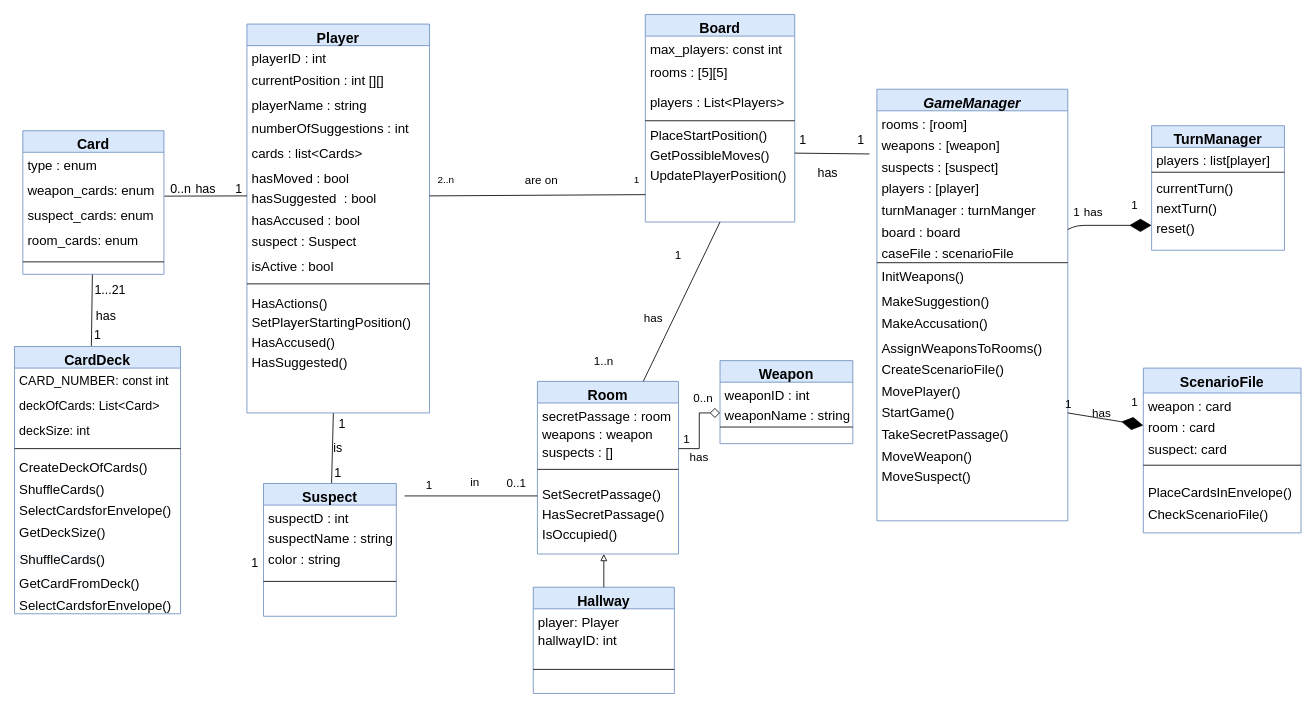
Acelhaka/Clueless-game keeps this draw.io diagram as uml-diagram.drawio. Above is the earlier version. Source tidied: cells renumbered, new cells numbered last; positions are measured from the earlier drawing's top-left corner, leaving out a move shared by most shapes. Both pictures are drawn from the tidied source at 83%, with x=0, y=0 at pixel (14, 14).
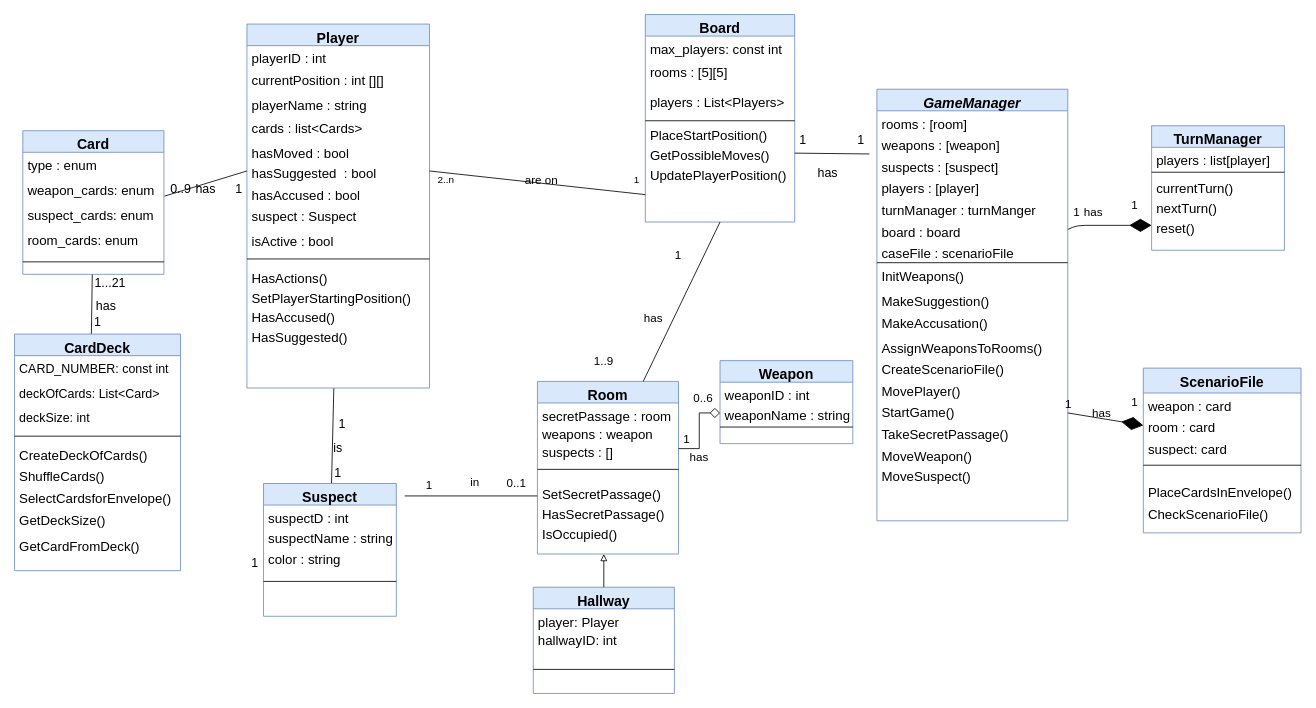
Above is the later version.

The edit, as a diff of the source:
```diff
@@
     <mxCell id="30" value="Player" style="swimlane;fontStyle=1;align=center;verticalAlign=top;horizontal=1;startSize=26;rounded=0;shadow=0;strokeWidth=1;swimlaneFillColor=none;fillColor=#dae8fc;strokeColor=#6c8ebf;fontSize=17;" parent="1" vertex="1">
-      <mxGeometry x="280" y="11.5" width="220" height="468.5" as="geometry" />
+      <mxGeometry x="280" y="11.5" width="220" height="438.5" as="geometry" />
     </mxCell>
@@
-    <mxCell id="34" value="numberOfSuggestions : int" style="text;align=left;verticalAlign=top;spacingLeft=4;spacingRight=4;overflow=hidden;rounded=0;shadow=0;html=0;fontSize=16;" parent="30" vertex="1">
-      <mxGeometry y="110" width="220" height="30" as="geometry" />
-    </mxCell>
     <mxCell id="35" value="cards : list&lt;Cards&gt;&#10;" style="text;align=left;verticalAlign=top;spacingLeft=4;spacingRight=4;overflow=hidden;rounded=0;shadow=0;html=0;fontSize=16;" parent="30" vertex="1">
-      <mxGeometry y="140" width="220" height="30" as="geometry" />
+      <mxGeometry y="110" width="220" height="30" as="geometry" />
     </mxCell>
     <mxCell id="36" value="hasMoved : bool" style="text;align=left;verticalAlign=top;spacingLeft=4;spacingRight=4;overflow=hidden;fontSize=16;" parent="30" vertex="1">
-      <mxGeometry y="170" width="220" height="24" as="geometry" />
+      <mxGeometry y="140" width="220" height="24" as="geometry" />
     </mxCell>
     <mxCell id="37" value="hasSuggested  : bool" style="text;align=left;verticalAlign=top;spacingLeft=4;spacingRight=4;overflow=hidden;points=[[0,0.5],[1,0.5]];portConstraint=eastwest;fontSize=16;" parent="30" vertex="1">
-      <mxGeometry y="194" width="220" height="26" as="geometry" />
+      <mxGeometry y="164" width="220" height="26" as="geometry" />
     </mxCell>
     <mxCell id="38" value="hasAccused : bool" style="text;align=left;verticalAlign=top;spacingLeft=4;spacingRight=4;overflow=hidden;fontSize=16;" parent="30" vertex="1">
-      <mxGeometry y="220" width="220" height="26" as="geometry" />
+      <mxGeometry y="190" width="220" height="26" as="geometry" />
     </mxCell>
     <mxCell id="39" value="suspect : Suspect" style="text;align=left;verticalAlign=top;spacingLeft=4;spacingRight=4;overflow=hidden;rounded=0;shadow=0;html=0;fontSize=16;" parent="30" vertex="1">
-      <mxGeometry y="246" width="220" height="30" as="geometry" />
+      <mxGeometry y="216" width="220" height="30" as="geometry" />
     </mxCell>
     <mxCell id="40" value="isActive : bool" style="text;align=left;verticalAlign=top;spacingLeft=4;spacingRight=4;overflow=hidden;rounded=0;shadow=0;html=0;fontSize=16;" parent="30" vertex="1">
-      <mxGeometry y="276" width="220" height="30" as="geometry" />
+      <mxGeometry y="246" width="220" height="30" as="geometry" />
     </mxCell>
     <mxCell id="41" style="line;html=1;strokeWidth=1;align=left;verticalAlign=middle;spacingTop=-1;spacingLeft=3;spacingRight=3;labelPosition=right;" parent="30" vertex="1">
-      <mxGeometry y="306" width="220" height="14" as="geometry" />
+      <mxGeometry y="276" width="220" height="14" as="geometry" />
     </mxCell>
     <mxCell id="42" value="HasActions()" style="text;align=left;verticalAlign=top;spacingLeft=4;spacingRight=4;overflow=hidden;fontSize=16;" parent="30" vertex="1">
-      <mxGeometry y="320" width="220" height="24" as="geometry" />
+      <mxGeometry y="290" width="220" height="24" as="geometry" />
     </mxCell>
     <mxCell id="43" value="SetPlayerStartingPosition()" style="text;align=left;verticalAlign=top;spacingLeft=4;spacingRight=4;overflow=hidden;fontSize=16;" parent="30" vertex="1">
-      <mxGeometry y="344" width="220" height="24" as="geometry" />
+      <mxGeometry y="314" width="220" height="24" as="geometry" />
     </mxCell>
     <mxCell id="44" value="HasAccused()" style="text;align=left;verticalAlign=top;spacingLeft=4;spacingRight=4;overflow=hidden;fontSize=16;" parent="30" vertex="1">
-      <mxGeometry y="368" width="220" height="24" as="geometry" />
+      <mxGeometry y="338" width="220" height="24" as="geometry" />
     </mxCell>
     <mxCell id="45" value="HasSuggested()" style="text;align=left;verticalAlign=top;spacingLeft=4;spacingRight=4;overflow=hidden;fontSize=16;" parent="30" vertex="1">
-      <mxGeometry y="392" width="220" height="24" as="geometry" />
+      <mxGeometry y="362" width="220" height="24" as="geometry" />
     </mxCell>
@@
-    <mxCell id="73" value="&lt;font style=&quot;font-size: 14px&quot;&gt;1..n&lt;/font&gt;" style="text;html=1;strokeColor=none;fillColor=none;align=center;verticalAlign=middle;whiteSpace=wrap;rounded=0;" parent="1" vertex="1">
+    <mxCell id="73" value="&lt;font style=&quot;font-size: 14px&quot;&gt;1..9&lt;/font&gt;" style="text;html=1;strokeColor=none;fillColor=none;align=center;verticalAlign=middle;whiteSpace=wrap;rounded=0;" parent="1" vertex="1">
       <mxGeometry x="690" y="408" width="40" height="20" as="geometry" />
     </mxCell>
@@
-    <mxCell id="76" value="&lt;font style=&quot;font-size: 14px&quot;&gt;0..n&lt;/font&gt;" style="text;html=1;strokeColor=none;fillColor=none;align=center;verticalAlign=middle;whiteSpace=wrap;rounded=0;" parent="1" vertex="1">
+    <mxCell id="76" value="&lt;font style=&quot;font-size: 14px&quot;&gt;0..6&lt;/font&gt;" style="text;html=1;strokeColor=none;fillColor=none;align=center;verticalAlign=middle;whiteSpace=wrap;rounded=0;" parent="1" vertex="1">
       <mxGeometry x="810" y="452" width="40" height="20" as="geometry" />
     </mxCell>
@@
     <mxCell id="117" value="CardDeck" style="swimlane;fontStyle=1;align=center;verticalAlign=top;horizontal=1;startSize=26;rounded=0;shadow=0;strokeWidth=1;swimlaneFillColor=none;fillColor=#dae8fc;strokeColor=#6c8ebf;fontSize=17;" parent="1" vertex="1">
-      <mxGeometry y="400" width="200" height="322" as="geometry" />
+      <mxGeometry y="385" width="200" height="285" as="geometry" />
     </mxCell>
@@
-    <mxCell id="126" value="&lt;span style=&quot;color: rgb(0, 0, 0); font-family: helvetica; font-style: normal; font-weight: 400; letter-spacing: normal; text-align: left; text-indent: 0px; text-transform: none; word-spacing: 0px; background-color: rgb(248, 249, 250); display: inline; float: none; font-size: 16px;&quot;&gt;&lt;font style=&quot;font-size: 16px;&quot;&gt;&amp;nbsp;ShuffleCards()&lt;/font&gt;&lt;/span&gt;" style="text;whiteSpace=wrap;html=1;fontSize=16;" parent="117" vertex="1">
-      <mxGeometry y="240" width="200" height="30" as="geometry" />
-    </mxCell>
     <mxCell id="127" value="GetCardFromDeck()" style="text;align=left;verticalAlign=top;spacingLeft=4;spacingRight=4;overflow=hidden;fontSize=16;" parent="117" vertex="1">
-      <mxGeometry y="270" width="200" height="26" as="geometry" />
+      <mxGeometry y="240" width="200" height="26" as="geometry" />
     </mxCell>
-    <mxCell id="128" value="SelectCardsforEnvelope()" style="text;align=left;verticalAlign=top;spacingLeft=4;spacingRight=4;overflow=hidden;fontSize=16;" parent="117" vertex="1">
-      <mxGeometry y="296" width="200" height="26" as="geometry" />
-    </mxCell>
@@
-    <mxCell id="130" value="0..n" style="text;html=1;align=center;verticalAlign=middle;fontSize=15;" parent="1" vertex="1">
+    <mxCell id="130" value="0..9" style="text;html=1;align=center;verticalAlign=middle;fontSize=15;" parent="1" vertex="1">
       <mxGeometry x="180" y="200" width="40" height="20" as="geometry" />
     </mxCell>
@@
     <mxCell id="133" value="1" style="text;html=1;align=center;verticalAlign=middle;fontSize=15;" parent="1" vertex="1">
-      <mxGeometry x="90" y="376" width="20" height="20" as="geometry" />
+      <mxGeometry x="90" y="360" width="20" height="20" as="geometry" />
     </mxCell>
     <mxCell id="134" value="has" style="text;html=1;align=center;verticalAlign=middle;fontSize=15;" parent="1" vertex="1">
-      <mxGeometry x="90" y="353" width="40" height="20" as="geometry" />
+      <mxGeometry x="90" y="340" width="40" height="20" as="geometry" />
     </mxCell>
     <mxCell id="135" value="1...21" style="text;html=1;align=center;verticalAlign=middle;fontSize=15;" parent="1" vertex="1">
-      <mxGeometry x="90" y="321" width="50" height="20" as="geometry" />
+      <mxGeometry x="90" y="313" width="50" height="20" as="geometry" />
     </mxCell>
```
